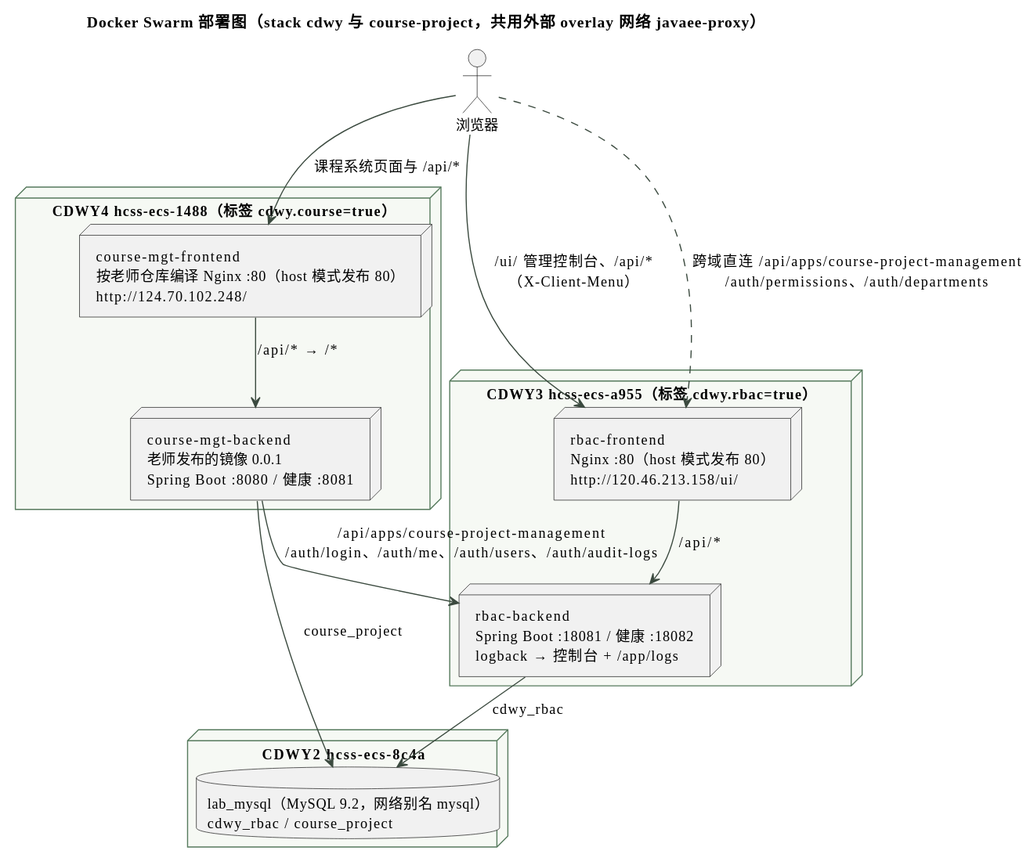
Before: docs/second-review/images/deployment-swarm.svg, a diagram exported from PlantUML (Re1lya/ooad).
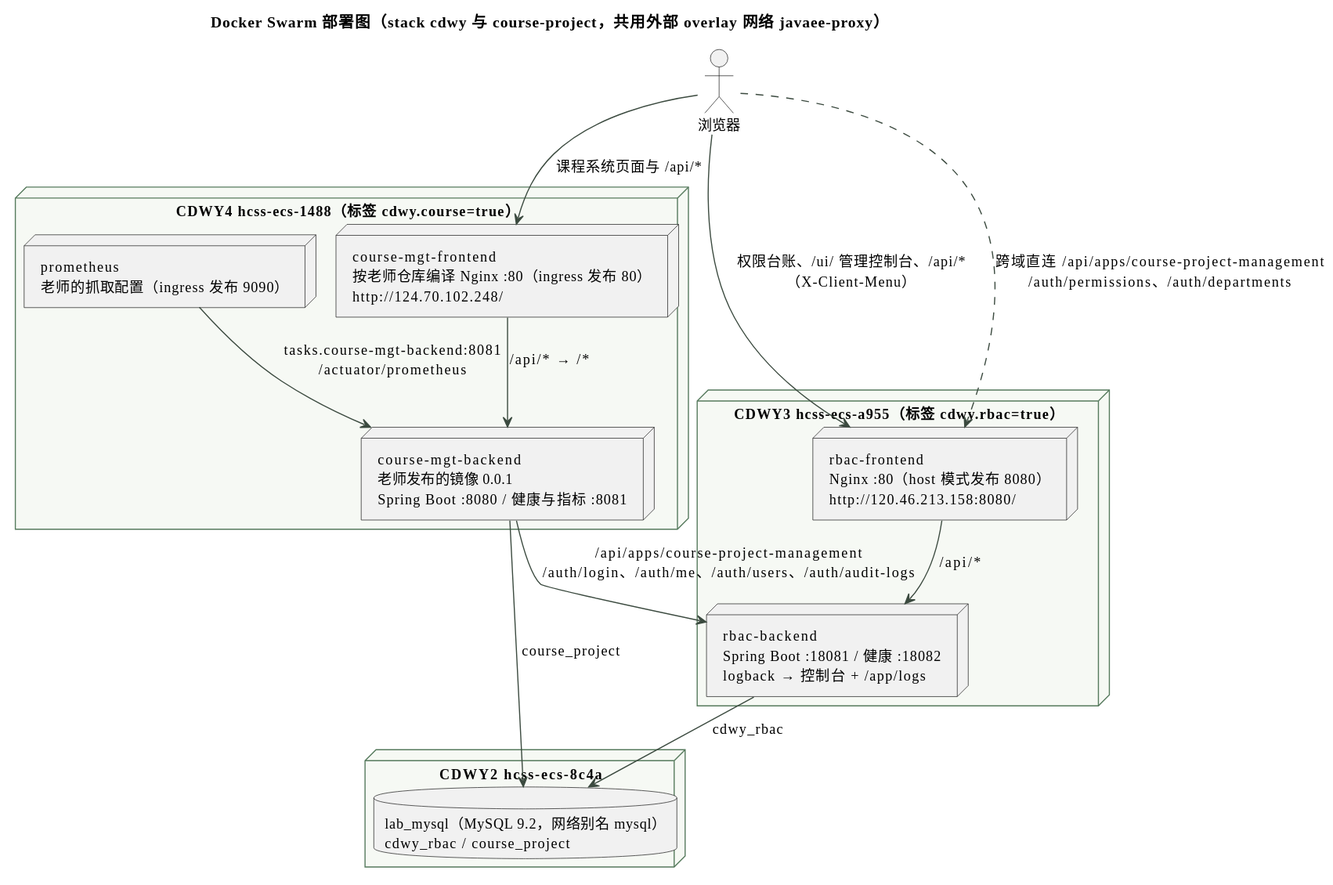
The same diagram one commit later.

Diff of the diagram source:
```diff
@@ -4,17 +4,18 @@
 title Docker Swarm 部署图（stack cdwy 与 course-project，共用外部 overlay 网络 javaee-proxy）
 actor 浏览器
 node "CDWY3 hcss-ecs-a955（标签 cdwy.rbac=true）" {
-  node "rbac-frontend\nNginx :80（host 模式发布 80）\nhttp://120.46.213.158/ui/" as RF
+  node "rbac-frontend\nNginx :80（host 模式发布 8080）\nhttp://120.46.213.158:8080/" as RF
   node "rbac-backend\nSpring Boot :18081 / 健康 :18082\nlogback → 控制台 + /app/logs" as RB
 }
 node "CDWY4 hcss-ecs-1488（标签 cdwy.course=true）" {
-  node "course-mgt-frontend\n按老师仓库编译 Nginx :80（host 模式发布 80）\nhttp://124.70.102.248/" as CF
-  node "course-mgt-backend\n老师发布的镜像 0.0.1\nSpring Boot :8080 / 健康 :8081" as CBK
+  node "course-mgt-frontend\n按老师仓库编译 Nginx :80（ingress 发布 80）\nhttp://124.70.102.248/" as CF
+  node "course-mgt-backend\n老师发布的镜像 0.0.1\nSpring Boot :8080 / 健康与指标 :8081" as CBK
+  node "prometheus\n老师的抓取配置（ingress 发布 9090）" as PM
 }
 node "CDWY2 hcss-ecs-8c4a" {
   database "lab_mysql（MySQL 9.2，网络别名 mysql）\ncdwy_rbac / course_project" as DB
 }
-浏览器 --> RF : /ui/ 管理控制台、/api/*\n（X-Client-Menu）
+浏览器 --> RF : 权限台账、/ui/ 管理控制台、/api/*\n（X-Client-Menu）
 浏览器 --> CF : 课程系统页面与 /api/*
 浏览器 ..> RF : 跨域直连 /api/apps/course-project-management\n/auth/permissions、/auth/departments
 RF --> RB : /api/*
@@ -22,4 +23,5 @@
 CBK --> RB : /api/apps/course-project-management\n/auth/login、/auth/me、/auth/users、/auth/audit-logs
 RB --> DB : cdwy_rbac
 CBK --> DB : course_project
+PM --> CBK : tasks.course-mgt-backend:8081\n/actuator/prometheus
 @enduml
```
